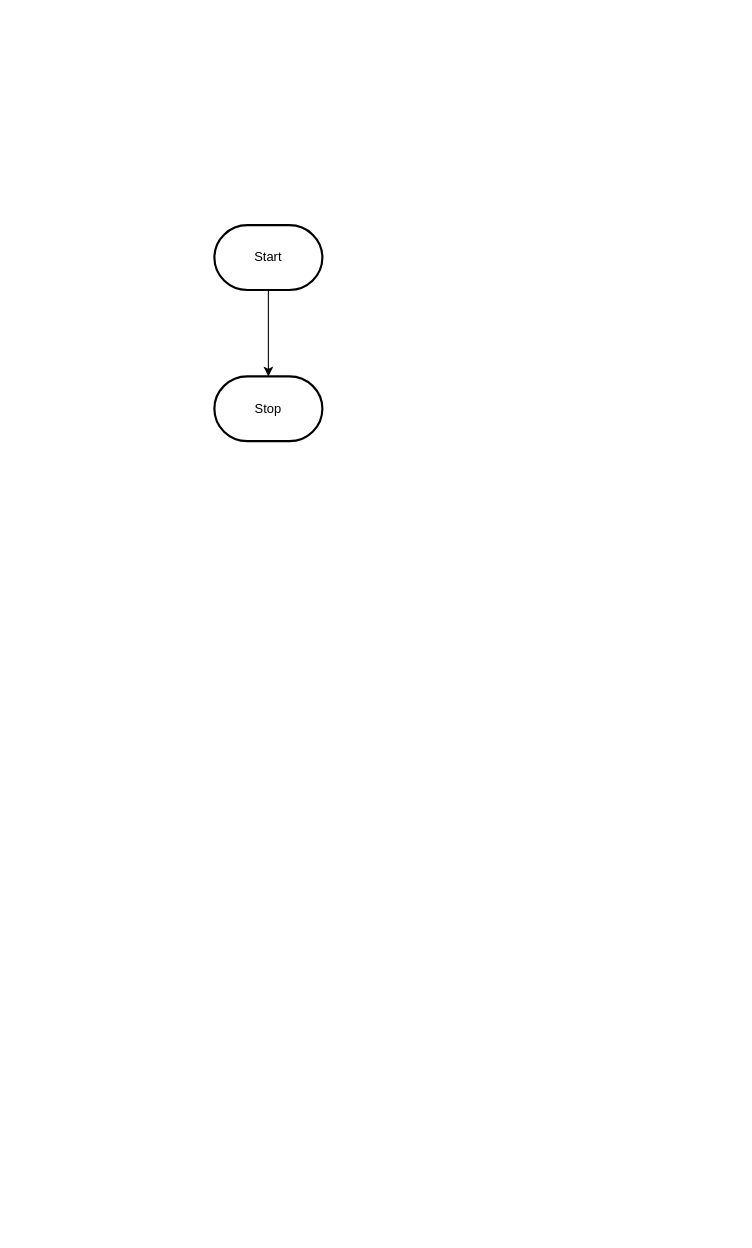
Before: design/flowchart.drawio in MTHS-ICD2O-1-2023/ICD2O-Assignment-06-hai-tran-2, a draw.io diagram. Source tidied: cells renumbered, new cells numbered last; positions are measured from the earlier drawing's top-left corner, leaving out a move shared by most shapes. Both pictures are drawn from the tidied source at 108%, with x=0, y=0 at pixel (214, 225).
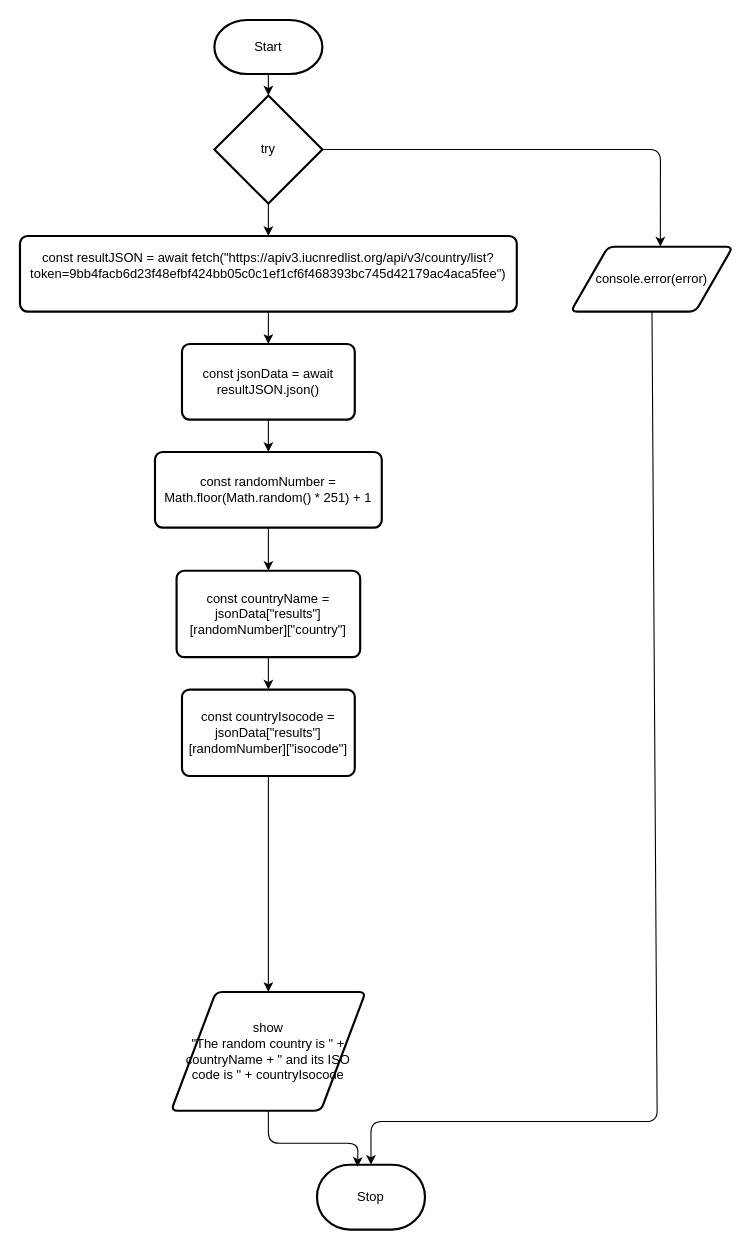
After the change.

Commit message (it also covers changes not shown here):
add flowchart and storyboard

What changed in the source:
```diff
@@
-    <mxCell id="2" style="edgeStyle=orthogonalEdgeStyle;html=1;rounded=0;" parent="1" edge="1" source="3" target="4">
-      <mxGeometry relative="1" as="geometry" />
-    </mxCell>
+    <mxCell id="5" style="edgeStyle=none;html=1;entryX=0.5;entryY=0;entryDx=0;entryDy=0;entryPerimeter=0;" parent="1" edge="1" source="3" target="19">
+      <mxGeometry relative="1" as="geometry" />
+    </mxCell>
     <mxCell id="3" value="Start" style="strokeWidth=2;html=1;shape=mxgraph.flowchart.terminator;whiteSpace=wrap;" parent="1" vertex="1">
-      <mxGeometry width="100" height="60" as="geometry" />
+      <mxGeometry y="-190" width="100" height="50" as="geometry" />
     </mxCell>
     <mxCell id="4" value="Stop" style="strokeWidth=2;html=1;shape=mxgraph.flowchart.terminator;whiteSpace=wrap;" parent="1" vertex="1">
-      <mxGeometry y="140" width="100" height="60" as="geometry" />
+      <mxGeometry x="95" y="870" width="100" height="60" as="geometry" />
     </mxCell>
+    <mxCell id="6" style="edgeStyle=none;html=1;" parent="1" edge="1" source="2" target="8">
+      <mxGeometry relative="1" as="geometry" />
+    </mxCell>
+    <mxCell id="2" value="&lt;div&gt;const resultJSON = await fetch(&quot;https://apiv3.iucnredlist.org/api/v3/country/list?token=9bb4facb6d23f48efbf424bb05c0c1ef1cf6f468393bc745d42179ac4aca5fee&quot;)&lt;/div&gt;&lt;div&gt;&lt;br&gt;&lt;/div&gt;" style="rounded=1;whiteSpace=wrap;html=1;absoluteArcSize=1;arcSize=14;strokeWidth=2;" parent="1" vertex="1">
+      <mxGeometry x="-180" y="10" width="460" height="70" as="geometry" />
+    </mxCell>
+    <mxCell id="7" style="edgeStyle=none;html=1;" parent="1" edge="1" source="8" target="10">
+      <mxGeometry relative="1" as="geometry" />
+    </mxCell>
+    <mxCell id="8" value="&lt;div&gt;const jsonData = await resultJSON.json()&lt;/div&gt;" style="rounded=1;whiteSpace=wrap;html=1;absoluteArcSize=1;arcSize=14;strokeWidth=2;" parent="1" vertex="1">
+      <mxGeometry x="-30" y="110" width="160" height="70" as="geometry" />
+    </mxCell>
+    <mxCell id="9" style="edgeStyle=none;html=1;" parent="1" edge="1" source="10" target="12">
+      <mxGeometry relative="1" as="geometry" />
+    </mxCell>
+    <mxCell id="10" value="const randomNumber = Math.floor(Math.random() * 251) + 1" style="rounded=1;whiteSpace=wrap;html=1;absoluteArcSize=1;arcSize=14;strokeWidth=2;" parent="1" vertex="1">
+      <mxGeometry x="-55" y="210" width="210" height="70" as="geometry" />
+    </mxCell>
+    <mxCell id="11" style="edgeStyle=none;html=1;" parent="1" edge="1" source="12" target="14">
+      <mxGeometry relative="1" as="geometry" />
+    </mxCell>
+    <mxCell id="12" value="const countryName = jsonData[&quot;results&quot;][randomNumber][&quot;country&quot;]" style="rounded=1;whiteSpace=wrap;html=1;absoluteArcSize=1;arcSize=14;strokeWidth=2;" parent="1" vertex="1">
+      <mxGeometry x="-35" y="320" width="170" height="80" as="geometry" />
+    </mxCell>
+    <mxCell id="13" style="edgeStyle=none;html=1;" parent="1" edge="1" source="14" target="16">
+      <mxGeometry relative="1" as="geometry" />
+    </mxCell>
+    <mxCell id="14" value="const countryIsocode = jsonData[&quot;results&quot;][randomNumber][&quot;isocode&quot;]" style="rounded=1;whiteSpace=wrap;html=1;absoluteArcSize=1;arcSize=14;strokeWidth=2;" parent="1" vertex="1">
+      <mxGeometry x="-30" y="430" width="160" height="80" as="geometry" />
+    </mxCell>
+    <mxCell id="15" style="edgeStyle=none;html=1;entryX=0.376;entryY=0.032;entryDx=0;entryDy=0;entryPerimeter=0;" parent="1" edge="1" source="16" target="4">
+      <mxGeometry relative="1" as="geometry">
+        <Array as="points">
+          <mxPoint x="50" y="850" />
+          <mxPoint x="133" y="850" />
+        </Array>
+      </mxGeometry>
+    </mxCell>
+    <mxCell id="16" value="show&lt;br&gt;&quot;The random country is &quot; + countryName + &quot; and its ISO code is &quot; + countryIsocode" style="shape=parallelogram;html=1;strokeWidth=2;perimeter=parallelogramPerimeter;whiteSpace=wrap;rounded=1;arcSize=12;size=0.23;" parent="1" vertex="1">
+      <mxGeometry x="-40" y="710" width="180" height="110" as="geometry" />
+    </mxCell>
+    <mxCell id="17" style="edgeStyle=none;html=1;" parent="1" edge="1" source="19" target="2">
+      <mxGeometry relative="1" as="geometry" />
+    </mxCell>
+    <mxCell id="18" style="edgeStyle=none;html=1;entryX=0.553;entryY=-0.003;entryDx=0;entryDy=0;entryPerimeter=0;" parent="1" edge="1" source="19" target="21">
+      <mxGeometry relative="1" as="geometry">
+        <Array as="points">
+          <mxPoint x="413" y="-70" />
+        </Array>
+      </mxGeometry>
+    </mxCell>
+    <mxCell id="19" value="try" style="strokeWidth=2;html=1;shape=mxgraph.flowchart.decision;whiteSpace=wrap;" parent="1" vertex="1">
+      <mxGeometry y="-120" width="100" height="100" as="geometry" />
+    </mxCell>
+    <mxCell id="20" style="edgeStyle=none;html=1;" parent="1" edge="1" source="21" target="4">
+      <mxGeometry relative="1" as="geometry">
+        <Array as="points">
+          <mxPoint x="410" y="830" />
+          <mxPoint x="145" y="830" />
+        </Array>
+      </mxGeometry>
+    </mxCell>
+    <mxCell id="21" value="console.error(error)" style="shape=parallelogram;html=1;strokeWidth=2;perimeter=parallelogramPerimeter;whiteSpace=wrap;rounded=1;arcSize=12;size=0.23;" parent="1" vertex="1">
+      <mxGeometry x="330" y="20" width="150" height="60" as="geometry" />
+    </mxCell>
```
